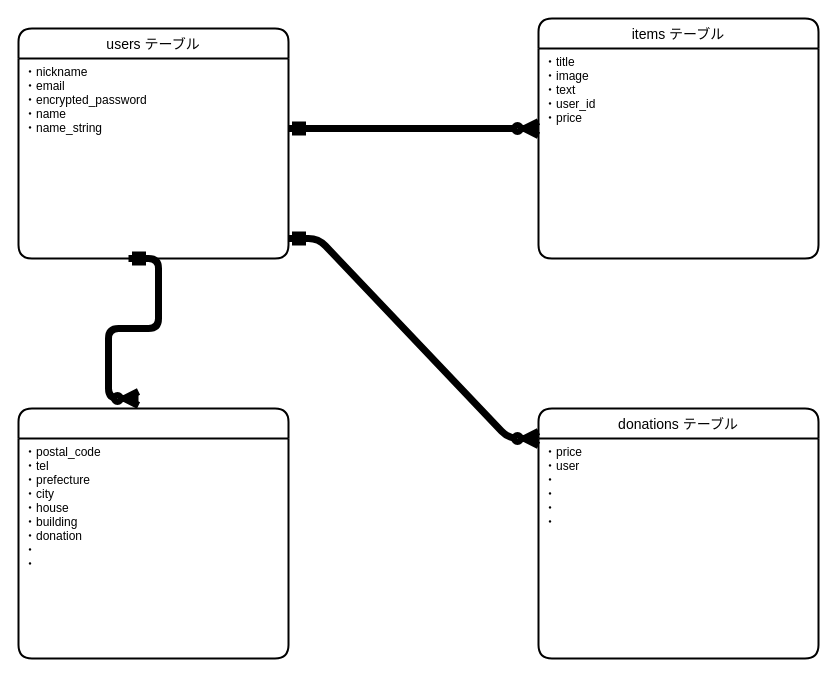
Before: text.dio in mumusanaominn/furima-35950, a draw.io diagram. Source tidied: cells renumbered, new cells numbered last; positions are measured from the earlier drawing's top-left corner, leaving out a move shared by most shapes. Both pictures are drawn from the tidied source at 100%, with x=0, y=0 at pixel (18, 18).
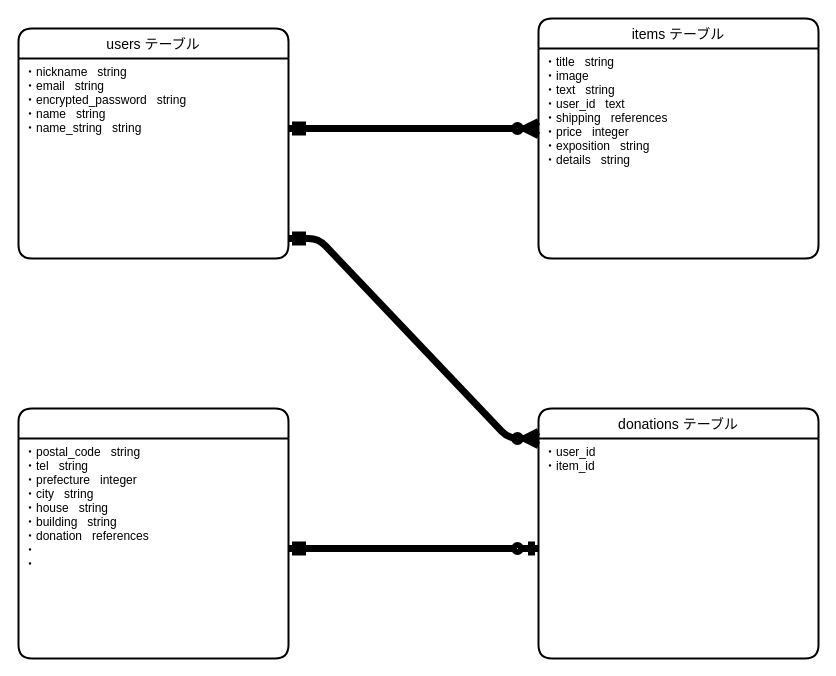
The same page after the edit.

Commit message (it also covers changes not shown here):
ちょっと訂正したやつです

The edit, as a diff of the source:
```diff
@@
 <mxGraphModel>
   <root>
     <mxCell id="0" />
     <mxCell id="1" parent="0" />
     <mxCell id="2" value="items テーブル" style="swimlane;horizontal=1;startSize=30;rounded=1;fontSize=14;fontStyle=0;strokeWidth=2;shadow=0;dashed=0;align=center;" parent="1" vertex="1">
       <mxGeometry x="520" width="280" height="240" as="geometry" />
     </mxCell>
-    <mxCell id="3" value="・title&#10;・image&#10;・text&#10;・user_id&#10;・price&#10;" style="align=left;strokeColor=none;fillColor=none;spacingLeft=4;fontSize=12;verticalAlign=top;" parent="2" vertex="1">
+    <mxCell id="3" value="・title   string&#10;・image&#10;・text   string&#10;・user_id   text&#10;・shipping   references&#10;・price   integer　&#10;・exposition   string&#10;・details   string" style="align=left;strokeColor=none;fillColor=none;spacingLeft=4;fontSize=12;verticalAlign=top;" parent="2" vertex="1">
       <mxGeometry y="30" width="280" height="210" as="geometry" />
     </mxCell>
     <mxCell id="4" value="users テーブル" style="swimlane;horizontal=1;startSize=30;rounded=1;fontSize=14;fontStyle=0;strokeWidth=2;shadow=0;dashed=0;align=center;" parent="1" vertex="1">
       <mxGeometry y="10" width="270" height="230" as="geometry" />
     </mxCell>
-    <mxCell id="5" value="・nickname&#10;・email&#10;・encrypted_password&#10;・name&#10;・name_string" style="align=left;strokeColor=none;fillColor=none;spacingLeft=4;fontSize=12;verticalAlign=top;" parent="4" vertex="1">
+    <mxCell id="5" value="・nickname   string&#10;・email   string&#10;・encrypted_password   string&#10;・name   string&#10;・name_string   string" style="align=left;strokeColor=none;fillColor=none;spacingLeft=4;fontSize=12;verticalAlign=top;" parent="4" vertex="1">
       <mxGeometry y="30" width="270" height="200" as="geometry" />
     </mxCell>
     <mxCell id="6" value="addresses テーブル" style="swimlane;horizontal=1;startSize=30;rounded=1;fontSize=14;fontStyle=0;strokeWidth=2;shadow=0;dashed=0;align=center;fontColor=#FFFFFF;" parent="1" vertex="1">
       <mxGeometry y="390" width="270" height="250" as="geometry" />
     </mxCell>
-    <mxCell id="7" value="・postal_code&#10;・tel&#10;・prefecture&#10;・city&#10;・house&#10;・building&#10;・donation&#10;・&#10;・" style="align=left;strokeColor=none;fillColor=none;spacingLeft=4;fontSize=12;verticalAlign=top;" parent="6" vertex="1">
+    <mxCell id="7" value="・postal_code   string &#10;・tel   string &#10;・prefecture   integer&#10;・city   string &#10;・house   string &#10;・building   string &#10;・donation   references&#10;・&#10;・" style="align=left;strokeColor=none;fillColor=none;spacingLeft=4;fontSize=12;verticalAlign=top;" parent="6" vertex="1">
       <mxGeometry y="30" width="270" height="220" as="geometry" />
     </mxCell>
     <mxCell id="8" value="donations テーブル" style="swimlane;horizontal=1;startSize=30;rounded=1;fontSize=14;fontStyle=0;strokeWidth=2;shadow=0;dashed=0;align=center;" parent="1" vertex="1">
       <mxGeometry x="520" y="390" width="280" height="250" as="geometry" />
     </mxCell>
-    <mxCell id="9" value="・price&#10;・user&#10;・&#10;・&#10;・&#10;・&#10;" style="align=left;strokeColor=none;fillColor=none;spacingLeft=4;fontSize=12;verticalAlign=top;" parent="8" vertex="1">
+    <mxCell id="9" value="・user_id&#10;・item_id&#10;" style="align=left;strokeColor=none;fillColor=none;spacingLeft=4;fontSize=12;verticalAlign=top;" parent="8" vertex="1">
       <mxGeometry y="30" width="280" height="220" as="geometry" />
     </mxCell>
     <mxCell id="10" style="edgeStyle=entityRelationEdgeStyle;fontSize=12;html=1;endArrow=ERzeroToMany;startArrow=ERmandOne;fontColor=#FFFFFF;jumpSize=15;targetPerimeterSpacing=3;entryX=0;entryY=0.381;entryDx=0;entryDy=0;entryPerimeter=0;strokeWidth=7;sourcePerimeterSpacing=3;" parent="1" edge="1" target="3">
       <mxGeometry relative="1" as="geometry">
         <mxPoint x="270" y="110" as="sourcePoint" />
       </mxGeometry>
     </mxCell>
     <mxCell id="11" value="&lt;br&gt;" style="edgeLabel;html=1;align=center;verticalAlign=middle;fontColor=#FFFFFF;" parent="10" vertex="1">
       <mxGeometry x="0.33" y="-4" relative="1" as="geometry" />
     </mxCell>
-    <mxCell id="12" style="edgeStyle=entityRelationEdgeStyle;fontSize=12;html=1;endArrow=ERzeroToMany;startArrow=ERmandOne;fontColor=#FFFFFF;sourcePerimeterSpacing=3;targetPerimeterSpacing=3;strokeWidth=7;" parent="1" edge="1">
-      <mxGeometry relative="1" as="geometry">
-        <mxPoint x="110" y="240" as="sourcePoint" />
-        <mxPoint x="120" y="380" as="targetPoint" />
-      </mxGeometry>
-    </mxCell>
     <mxCell id="13" style="edgeStyle=entityRelationEdgeStyle;fontSize=12;html=1;endArrow=ERzeroToMany;startArrow=ERmandOne;fontColor=#FFFFFF;sourcePerimeterSpacing=3;targetPerimeterSpacing=3;strokeWidth=7;entryX=0;entryY=0;entryDx=0;entryDy=0;" parent="1" edge="1" target="9">
       <mxGeometry relative="1" as="geometry">
         <mxPoint x="270" y="220" as="sourcePoint" />
       </mxGeometry>
     </mxCell>
+    <mxCell id="14" style="edgeStyle=entityRelationEdgeStyle;fontSize=12;html=1;endArrow=ERzeroToOne;startArrow=ERmandOne;fontColor=#FFFFFF;sourcePerimeterSpacing=3;targetPerimeterSpacing=3;strokeWidth=7;entryX=0;entryY=0.5;entryDx=0;entryDy=0;entryPerimeter=0;" parent="1" edge="1" target="9">
+      <mxGeometry relative="1" as="geometry">
+        <mxPoint x="270" y="530" as="sourcePoint" />
+      </mxGeometry>
+    </mxCell>
   </root>
 </mxGraphModel>
```
